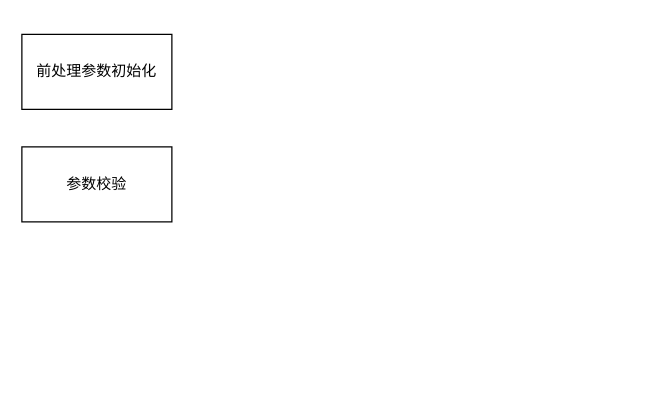
This is gdy_fea.drawio from Harekaze-Misakiakeno/uml, a draw.io file, before an edit. Source tidied: cells renumbered, new cells numbered last; positions are measured from the earlier drawing's top-left corner, leaving out a move shared by most shapes. Both pictures are drawn from the tidied source at 125%, with x=0, y=0 at pixel (21, 34).
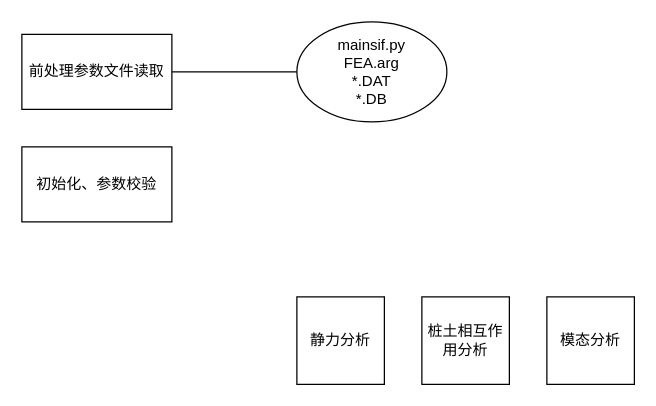
The same page after the edit.

What changed in the source:
```diff
@@
 <mxGraphModel>
   <root>
     <mxCell id="0" />
     <mxCell id="1" parent="0" />
+    <mxCell id="4" style="edgeStyle=orthogonalEdgeStyle;rounded=0;jettySize=auto;html=1;entryX=0;entryY=0.5;entryDx=0;entryDy=0;shape=filledEdge;fillColor=default;strokeColor=default;endArrow=none;endFill=0;" parent="1" edge="1" source="2" target="5">
+      <mxGeometry relative="1" as="geometry" />
+    </mxCell>
-    <mxCell id="2" value="前处理参数初始化" style="rounded=0;whiteSpace=wrap;html=1;textShadow=0;" parent="1" vertex="1">
+    <mxCell id="2" value="前处理参数文件读取" style="rounded=0;whiteSpace=wrap;html=1;textShadow=0;" parent="1" vertex="1">
       <mxGeometry width="120" height="60" as="geometry" />
     </mxCell>
-    <mxCell id="3" value="参数校验" style="rounded=0;whiteSpace=wrap;html=1;textShadow=0;" parent="1" vertex="1">
+    <mxCell id="3" value="初始化、参数校验" style="rounded=0;whiteSpace=wrap;html=1;textShadow=0;" parent="1" vertex="1">
       <mxGeometry y="90" width="120" height="60" as="geometry" />
     </mxCell>
+    <mxCell id="5" value="mainsif.py&lt;div&gt;FEA.arg&lt;/div&gt;&lt;div&gt;*.DAT&lt;/div&gt;&lt;div&gt;*.DB&lt;/div&gt;" style="ellipse;whiteSpace=wrap;html=1;" parent="1" vertex="1">
+      <mxGeometry x="220" y="-10" width="120" height="80" as="geometry" />
+    </mxCell>
+    <mxCell id="6" value="静力分析" style="whiteSpace=wrap;html=1;" parent="1" vertex="1">
+      <mxGeometry x="220" y="210" width="70" height="70" as="geometry" />
+    </mxCell>
+    <mxCell id="7" value="桩土相互作用分析" style="whiteSpace=wrap;html=1;" parent="1" vertex="1">
+      <mxGeometry x="320" y="210" width="70" height="70" as="geometry" />
+    </mxCell>
+    <mxCell id="8" value="模态分析" style="whiteSpace=wrap;html=1;" parent="1" vertex="1">
+      <mxGeometry x="420" y="210" width="70" height="70" as="geometry" />
+    </mxCell>
   </root>
 </mxGraphModel>
```
